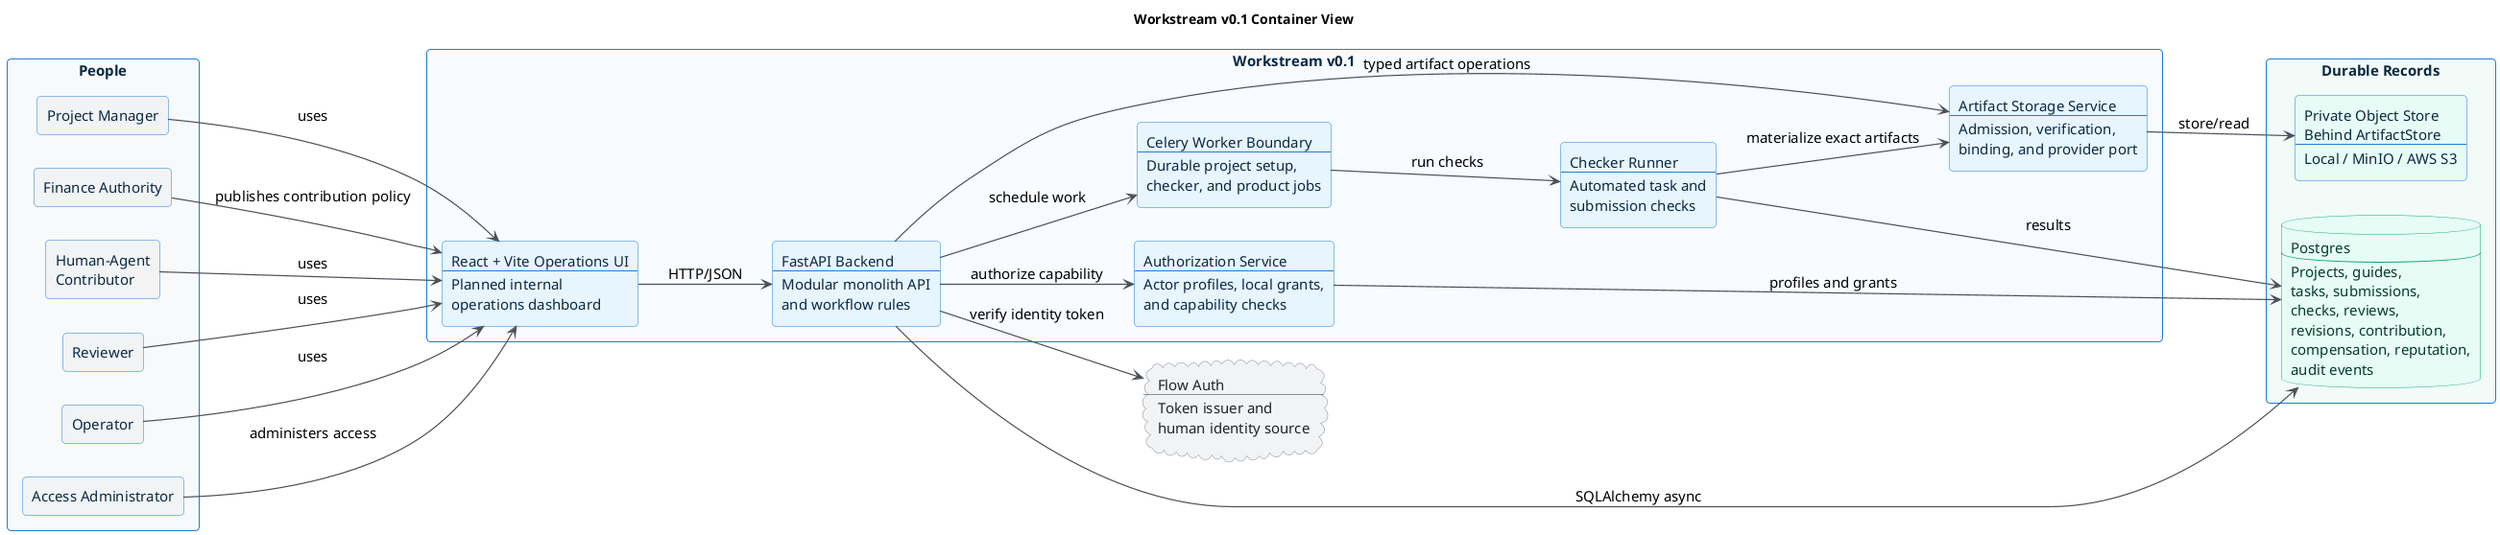
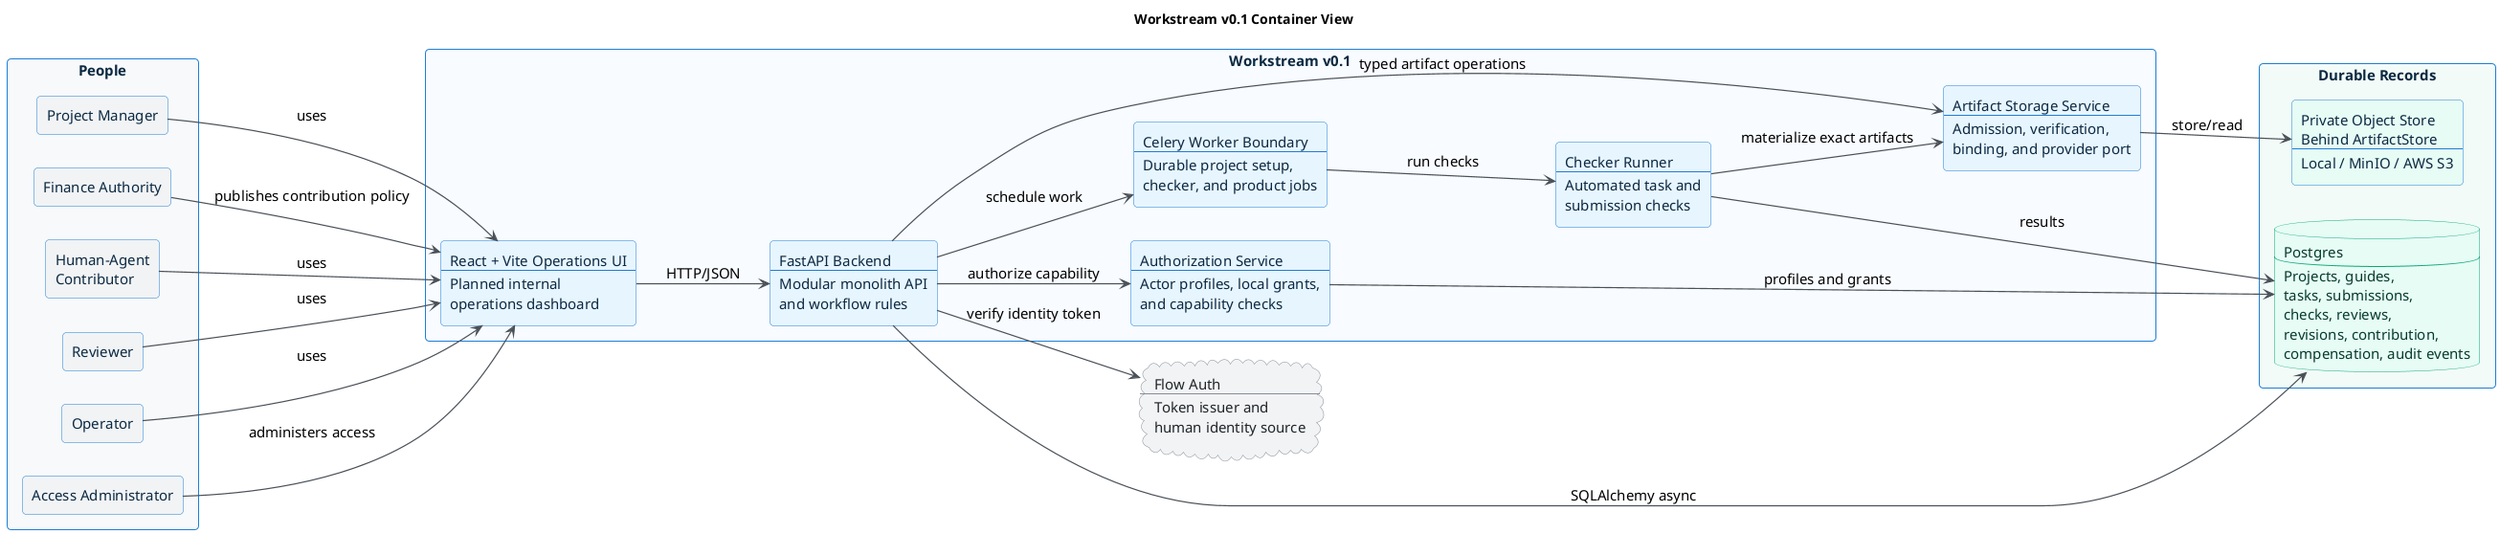
@startuml workstream_v01_container
title Workstream v0.1 Container View

left to right direction

skinparam backgroundColor #FFFFFF
skinparam shadowing false
skinparam roundcorner 8
skinparam defaultFontName Arial
skinparam defaultFontSize 15
skinparam ArrowColor #495057
skinparam ArrowThickness 1.2
skinparam packageStyle rectangle
skinparam rectangle {
  BorderColor #1C7ED6
  BackgroundColor #E7F5FF
  FontColor #0B2942
}
skinparam database {
  BorderColor #0CA678
  BackgroundColor #E6FCF5
  FontColor #063B2C
}
skinparam cloud {
  BorderColor #868E96
  BackgroundColor #F1F3F5
  FontColor #212529
}

package "People" #F8F9FA {
  rectangle "Project Manager" as project_manager #F1F3F5
  rectangle "Finance Authority" as finance_authority #F1F3F5
  rectangle "Human-Agent\nContributor" as contributor #F1F3F5
  rectangle "Reviewer" as reviewer #F1F3F5
  rectangle "Operator" as operator #F1F3F5
  rectangle "Access Administrator" as access_administrator #F1F3F5
}

cloud "Flow Auth\n----\nToken issuer and\nhuman identity source" as flow_auth

package "Workstream v0.1" #F8FBFF {
  rectangle "React + Vite Operations UI\n----\nPlanned internal\noperations dashboard" as frontend
  rectangle "FastAPI Backend\n----\nModular monolith API\nand workflow rules" as api
  rectangle "Authorization Service\n----\nActor profiles, local grants,\nand capability checks" as authorization
  rectangle "Celery Worker Boundary\n----\nDurable project setup,\nchecker, and product jobs" as jobs
  rectangle "Checker Runner\n----\nAutomated task and\nsubmission checks" as checker
  rectangle "Artifact Storage Service\n----\nAdmission, verification,\nbinding, and provider port" as storage_adapter
}

package "Durable Records" #F2FBF7 {
-   database "Postgres\n----\nProjects, guides,\ntasks, submissions,\nchecks, reviews,\nrevisions, contribution,\ncompensation, reputation,\naudit events" as postgres
+   database "Postgres\n----\nProjects, guides,\ntasks, submissions,\nchecks, reviews,\nrevisions, contribution,\ncompensation, audit events" as postgres
  rectangle "Private Object Store\nBehind ArtifactStore\n----\nLocal / MinIO / AWS S3" as file_store #E6FCF5
}

project_manager --> frontend : uses
finance_authority --> frontend : publishes contribution policy
contributor --> frontend : uses
reviewer --> frontend : uses
operator --> frontend : uses
access_administrator --> frontend : administers access

frontend --> api : HTTP/JSON
api --> flow_auth : verify identity token
api --> authorization : authorize capability
authorization --> postgres : profiles and grants
api --> postgres : SQLAlchemy async
api --> storage_adapter : typed artifact operations
api --> jobs : schedule work
jobs --> checker : run checks
checker --> postgres : results
checker --> storage_adapter : materialize exact artifacts
storage_adapter --> file_store : store/read

@enduml
